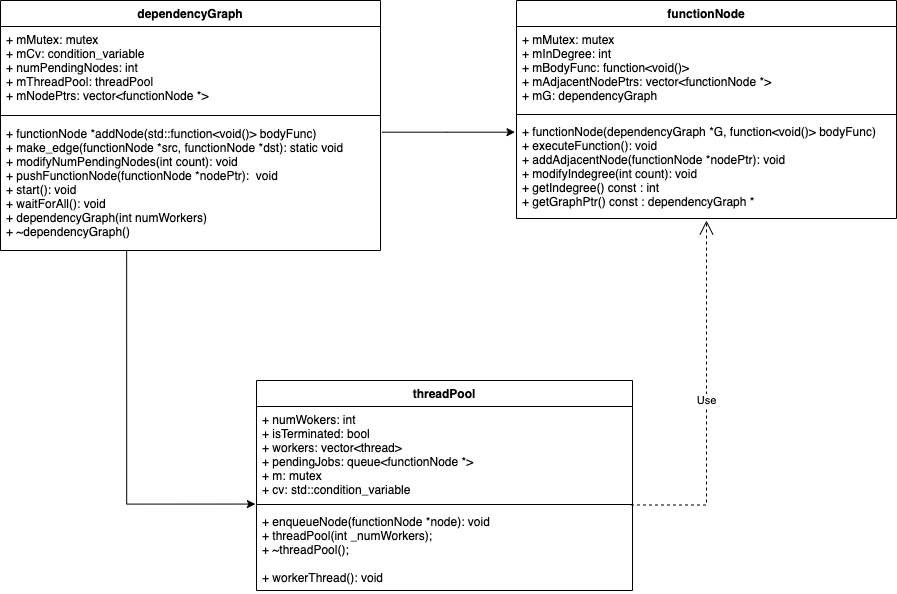
Above: Untitled Diagram.drawio.png in DJKIM613/dependencyGraph (draw.io), before the change. Source tidied: cells renumbered, new cells last; positions are measured from the earlier drawing's top-left corner, leaving out a move shared by most shapes.
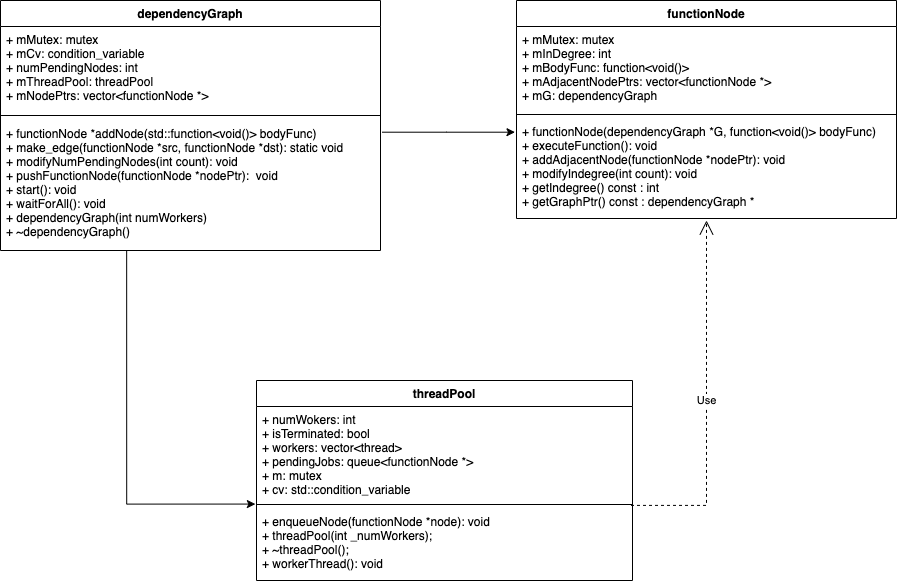
The same file after the commit.

Change to the diagram source:
```diff
@@ -35,7 +35,7 @@
       </mxGeometry>
     </mxCell>
     <mxCell id="11" value="threadPool&#10;" style="swimlane;fontStyle=1;align=center;verticalAlign=top;horizontal=1;startSize=26;" parent="1" vertex="1">
-      <mxGeometry x="256" y="380" width="376" height="210" as="geometry" />
+      <mxGeometry x="256" y="380" width="376" height="200" as="geometry" />
     </mxCell>
     <mxCell id="12" value="+ numWokers: int&#10;+ isTerminated: bool&#10;+ workers: vector&lt;thread&gt;&#10;+ pendingJobs: queue&lt;functionNode *&gt;&#10;+ m: mutex&#10;+ cv: std::condition_variable" style="text;strokeColor=none;fillColor=none;align=left;verticalAlign=top;spacingLeft=4;spacingRight=4;overflow=hidden;points=[[0,0.5],[1,0.5]];portConstraint=eastwest;" parent="11" vertex="1">
       <mxGeometry y="26" width="376" height="94" as="geometry" />
@@ -43,8 +43,8 @@
     <mxCell id="13" style="line;strokeWidth=1;fillColor=none;align=left;verticalAlign=middle;spacingTop=-1;spacingLeft=3;spacingRight=3;labelPosition=right;" parent="11" vertex="1">
       <mxGeometry y="120" width="376" height="8" as="geometry" />
     </mxCell>
-    <mxCell id="14" value="+ enqueueNode(functionNode *node): void &#10;+ threadPool(int _numWorkers);&#10;+ ~threadPool();&#10;&#10;+ workerThread(): void" style="text;strokeColor=none;fillColor=none;align=left;verticalAlign=top;spacingLeft=4;spacingRight=4;overflow=hidden;points=[[0,0.5],[1,0.5]];portConstraint=eastwest;" parent="11" vertex="1">
-      <mxGeometry y="128" width="376" height="82" as="geometry" />
+    <mxCell id="14" value="+ enqueueNode(functionNode *node): void &#10;+ threadPool(int _numWorkers);&#10;+ ~threadPool();&#10;+ workerThread(): void" style="text;strokeColor=none;fillColor=none;align=left;verticalAlign=top;spacingLeft=4;spacingRight=4;overflow=hidden;points=[[0,0.5],[1,0.5]];portConstraint=eastwest;" parent="11" vertex="1">
+      <mxGeometry y="128" width="376" height="72" as="geometry" />
     </mxCell>
     <mxCell id="15" style="edgeStyle=segmentEdgeStyle;endArrow=classic;html=1;rounded=0;exitX=0.332;exitY=1.004;exitDx=0;exitDy=0;exitPerimeter=0;entryX=-0.003;entryY=1.038;entryDx=0;entryDy=0;entryPerimeter=0;" parent="1" edge="1" source="9" target="12">
       <mxGeometry relative="1" as="geometry">
```
